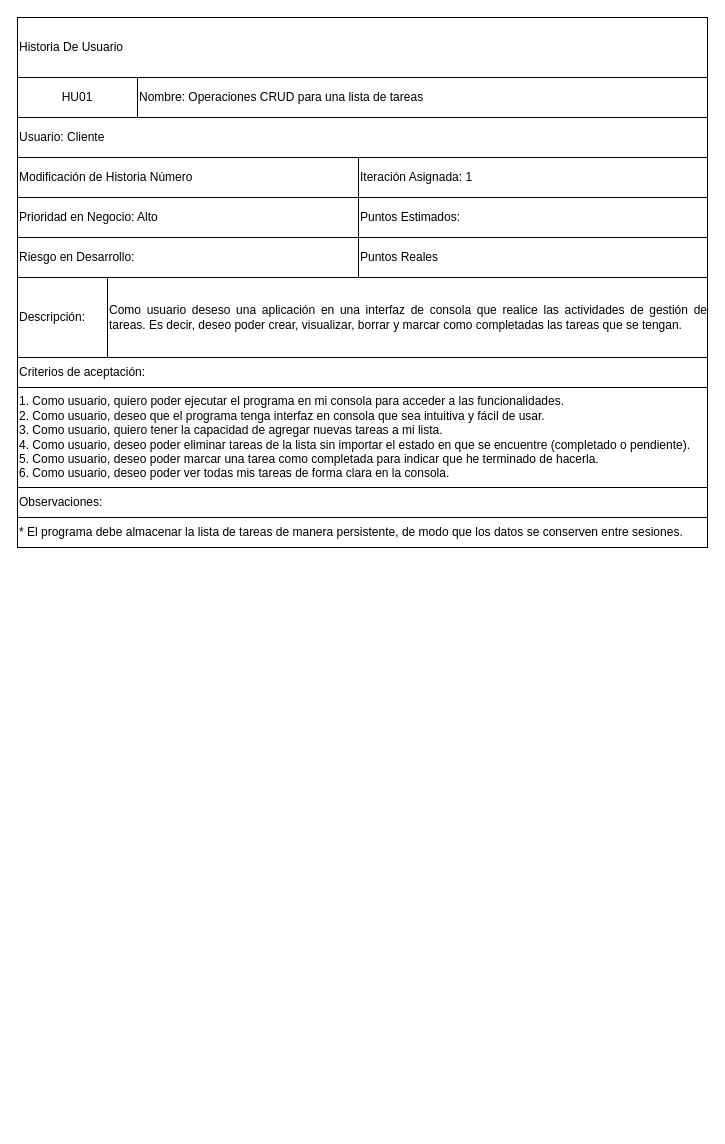
This is XP/Planning/HistoriasDeUsuario.drawio from MJesusGonzalez/Grupo3, a draw.io file, before an edit. Source tidied: cells renumbered, new cells numbered last; positions are measured from the earlier drawing's top-left corner, leaving out a move shared by most shapes. Both pictures are drawn from the tidied source at 100%, with x=0, y=0 at pixel (17, 17).
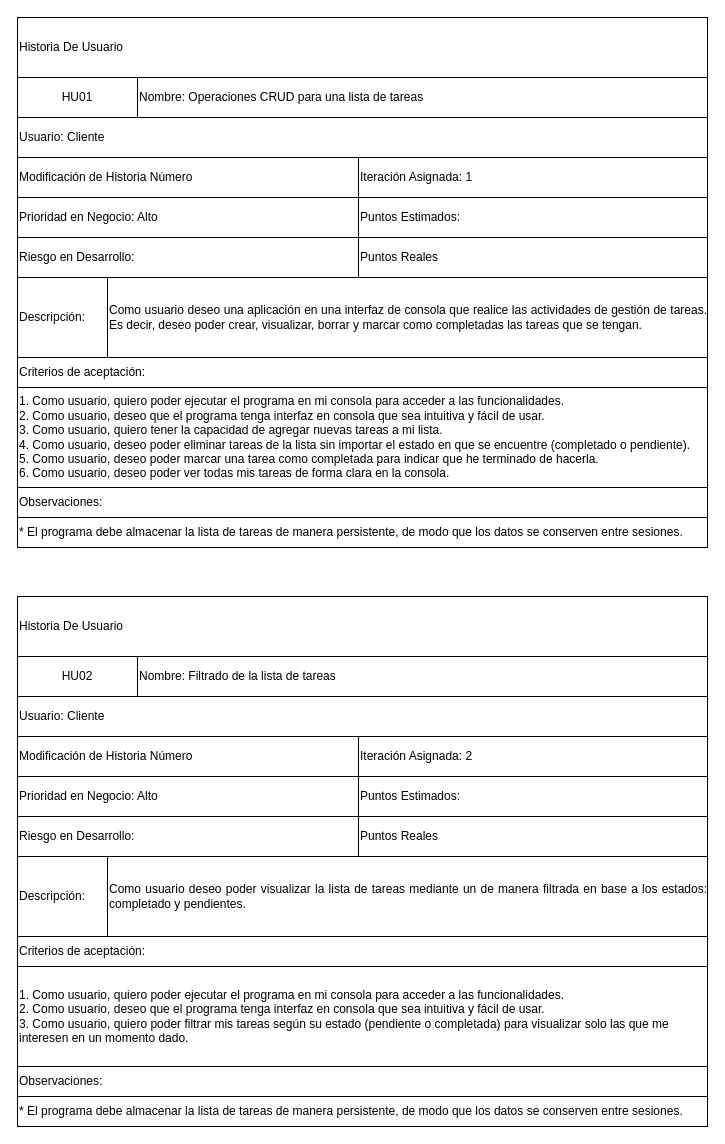
The same page after the edit.

Commit message (it also covers changes not shown here):
Historia de usuario 2

The edit, as a diff of the source:
```diff
@@
-    <mxCell id="16" value="&lt;div style=&quot;text-align: justify;&quot;&gt;Como usuario deseso una aplicación en una interfaz de consola que realice las actividades de gestión de tareas. Es decir, deseo poder crear, visualizar, borrar y marcar como completadas las tareas que se tengan.&lt;br&gt;&lt;/div&gt;" style="rounded=0;whiteSpace=wrap;html=1;align=left;" parent="1" vertex="1">
+    <mxCell id="16" value="&lt;div style=&quot;text-align: justify;&quot;&gt;Como usuario deseo una aplicación en una interfaz de consola que realice las actividades de gestión de tareas. Es decir, deseo poder crear, visualizar, borrar y marcar como completadas las tareas que se tengan.&lt;br&gt;&lt;/div&gt;" style="rounded=0;whiteSpace=wrap;html=1;align=left;" parent="1" vertex="1">
       <mxGeometry x="90" y="260" width="600" height="80" as="geometry" />
     </mxCell>
@@
+    <mxCell id="19" style="rounded=0;whiteSpace=wrap;html=1;" parent="1" vertex="1">
+      <mxGeometry y="579" width="690" height="530" as="geometry" />
+    </mxCell>
+    <mxCell id="20" value="&lt;div style=&quot;text-align: justify;&quot;&gt;&lt;span style=&quot;background-color: initial;&quot;&gt;Historia De Usuario&lt;/span&gt;&lt;/div&gt;" style="rounded=0;whiteSpace=wrap;html=1;align=left;" parent="1" vertex="1">
+      <mxGeometry y="579" width="690" height="60" as="geometry" />
+    </mxCell>
+    <mxCell id="21" value="HU02" style="rounded=0;whiteSpace=wrap;html=1;" parent="1" vertex="1">
+      <mxGeometry y="639" width="120" height="40" as="geometry" />
+    </mxCell>
+    <mxCell id="22" value="&lt;div style=&quot;text-align: justify;&quot;&gt;&lt;span style=&quot;background-color: initial;&quot;&gt;Nombre: Filtrado de la lista de tareas&amp;nbsp;&lt;/span&gt;&lt;/div&gt;" style="rounded=0;whiteSpace=wrap;html=1;align=left;" parent="1" vertex="1">
+      <mxGeometry x="120" y="639" width="570" height="40" as="geometry" />
+    </mxCell>
+    <mxCell id="23" value="Usuario: Cliente" style="rounded=0;whiteSpace=wrap;html=1;align=left;" parent="1" vertex="1">
+      <mxGeometry y="679" width="690" height="40" as="geometry" />
+    </mxCell>
+    <mxCell id="24" value="Modificación de Historia Número" style="rounded=0;whiteSpace=wrap;html=1;align=left;" parent="1" vertex="1">
+      <mxGeometry y="719" width="341" height="40" as="geometry" />
+    </mxCell>
+    <mxCell id="25" value="Iteración Asignada: 2" style="rounded=0;whiteSpace=wrap;html=1;align=left;" parent="1" vertex="1">
+      <mxGeometry x="341" y="719" width="349" height="40" as="geometry" />
+    </mxCell>
+    <mxCell id="26" value="Prioridad en Negocio: Alto" style="rounded=0;whiteSpace=wrap;html=1;align=left;" parent="1" vertex="1">
+      <mxGeometry y="759" width="341" height="40" as="geometry" />
+    </mxCell>
+    <mxCell id="27" value="Puntos Estimados:&amp;nbsp;" style="rounded=0;whiteSpace=wrap;html=1;align=left;" parent="1" vertex="1">
+      <mxGeometry x="341" y="759" width="349" height="40" as="geometry" />
+    </mxCell>
+    <mxCell id="28" value="Riesgo en Desarrollo:&amp;nbsp;" style="rounded=0;whiteSpace=wrap;html=1;align=left;" parent="1" vertex="1">
+      <mxGeometry y="799" width="341" height="40" as="geometry" />
+    </mxCell>
+    <mxCell id="29" value="Puntos Reales" style="rounded=0;whiteSpace=wrap;html=1;align=left;" parent="1" vertex="1">
+      <mxGeometry x="341" y="799" width="349" height="40" as="geometry" />
+    </mxCell>
+    <mxCell id="30" value="Observaciones:" style="rounded=0;whiteSpace=wrap;html=1;align=left;" parent="1" vertex="1">
+      <mxGeometry y="1049" width="690" height="30" as="geometry" />
+    </mxCell>
+    <mxCell id="31" value="&lt;div style=&quot;text-align: justify;&quot;&gt;&lt;span style=&quot;background-color: initial;&quot;&gt;Descripción:&lt;/span&gt;&lt;/div&gt;" style="rounded=0;whiteSpace=wrap;html=1;align=left;" parent="1" vertex="1">
+      <mxGeometry y="839" width="90" height="80" as="geometry" />
+    </mxCell>
+    <mxCell id="32" value="Criterios de aceptación:" style="rounded=0;whiteSpace=wrap;html=1;align=left;" parent="1" vertex="1">
+      <mxGeometry y="919" width="690" height="30" as="geometry" />
+    </mxCell>
+    <mxCell id="33" value="&lt;div style=&quot;text-align: justify;&quot;&gt;Como usuario deseo poder visualizar la lista de tareas mediante un de manera filtrada en base a los estados: completado y pendientes.&lt;br&gt;&lt;/div&gt;" style="rounded=0;whiteSpace=wrap;html=1;align=left;" parent="1" vertex="1">
+      <mxGeometry x="90" y="839" width="600" height="80" as="geometry" />
+    </mxCell>
+    <mxCell id="34" value="1. Como usuario, quiero poder ejecutar el programa en mi consola para acceder a las funcionalidades.&lt;br&gt;2. Como usuario, deseo que el programa tenga interfaz en consola que sea intuitiva y fácil de usar.&lt;br&gt;&lt;div&gt;3.&amp;nbsp;Como usuario, quiero poder filtrar mis tareas según su estado (pendiente o completada) para visualizar solo las que me interesen en un momento dado.&lt;/div&gt;" style="rounded=0;whiteSpace=wrap;html=1;align=left;" parent="1" vertex="1">
+      <mxGeometry y="949" width="690" height="100" as="geometry" />
+    </mxCell>
+    <mxCell id="35" value="* El programa debe almacenar la lista de tareas de manera persistente, de modo que los datos se conserven entre sesiones." style="rounded=0;whiteSpace=wrap;html=1;align=left;" parent="1" vertex="1">
+      <mxGeometry y="1079" width="690" height="30" as="geometry" />
+    </mxCell>
```
